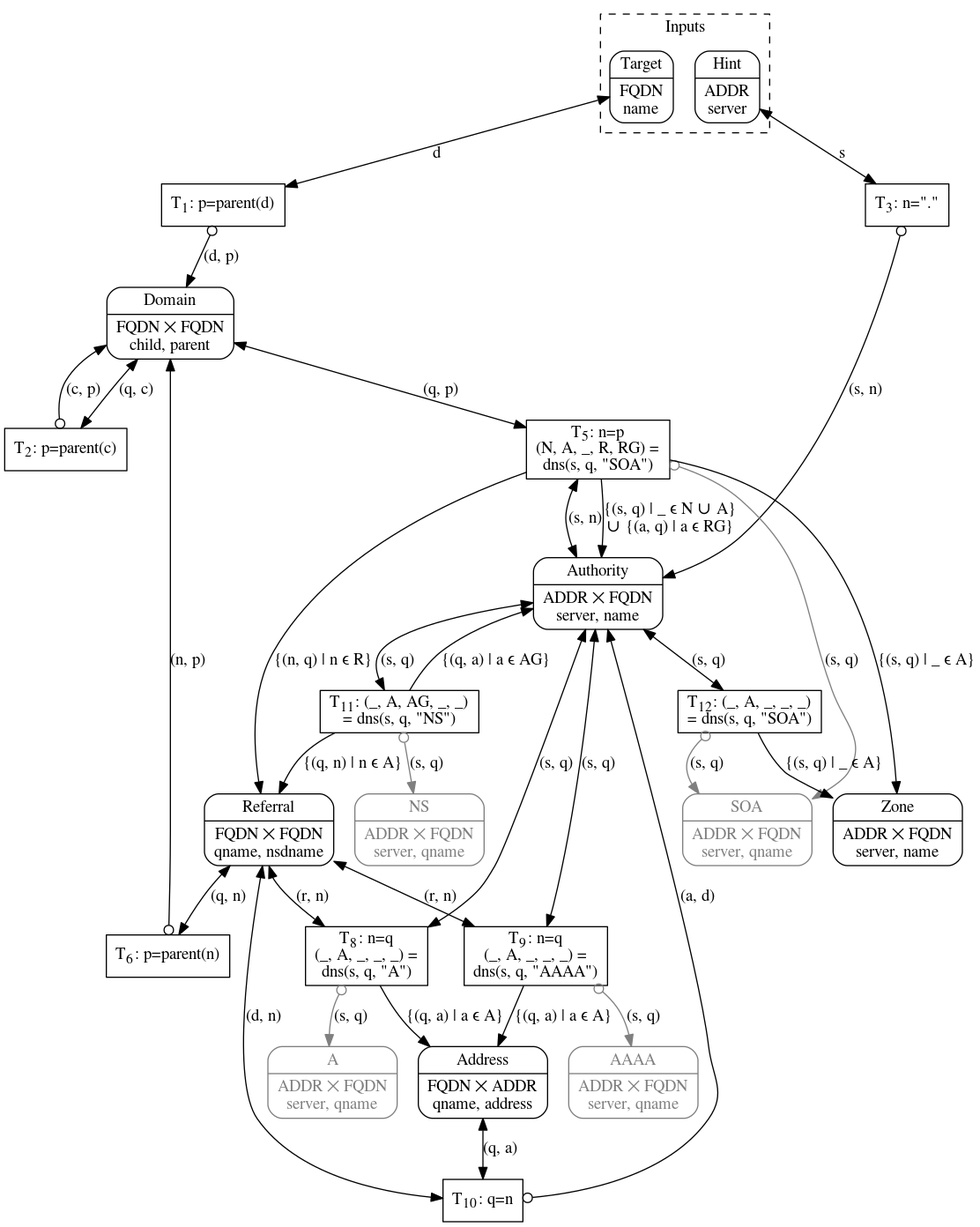
Before: topo.png, a diagram exported from Graphviz (mattias-p/topo). Its source is kept beside it as topo.dot.
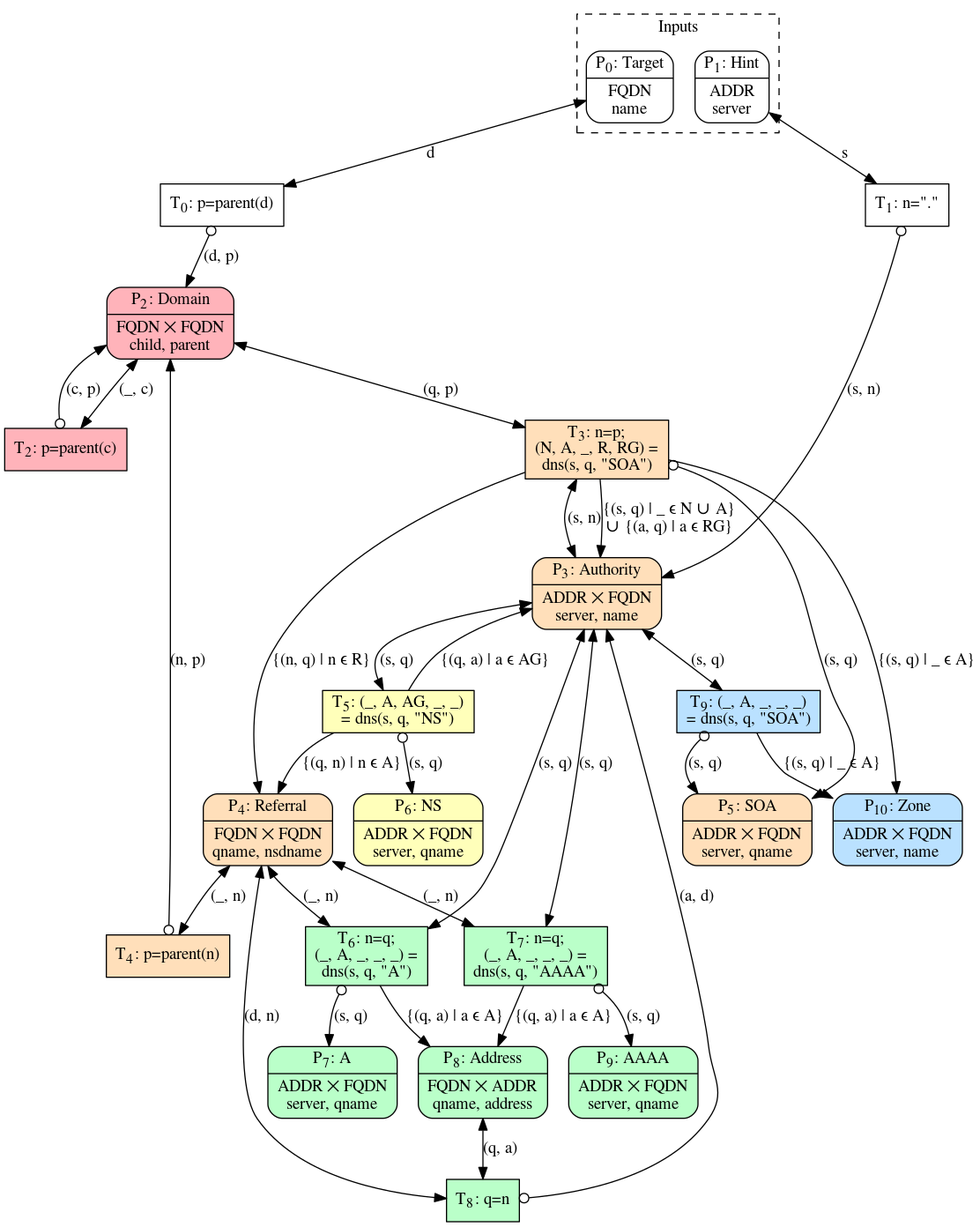
After the commit.

Commit message:
Add colors and place numbering

The edit, as a diff of the source:
```diff
@@ -6,76 +6,71 @@
         label="Inputs"
         style="dashed"
 
-        Target [label="{Target|FQDN\nname}"]
-        Hint   [label="{Hint|ADDR\nserver}"]
+        Target [label=< {P<SUB>0</SUB>: Target|FQDN<BR/>name} >]
+        Hint   [label=< {P<SUB>1</SUB>: Hint|ADDR<BR/>server} >]
     }
 
-    node [color=gray50, fontcolor=gray50]
-
-    SOA       [label="{SOA|ADDR ⨉ FQDN\nserver, qname}"]
-    A         [label="{A|ADDR ⨉ FQDN\nserver, qname}"]
-    AAAA      [label="{AAAA|ADDR ⨉ FQDN\nserver, qname}"]
-    NS        [label="{NS|ADDR ⨉ FQDN\nserver, qname}"]
-
-    node [color=black, fontcolor=black]
-
-    Domain    [label="{Domain|FQDN ⨉ FQDN\nchild, parent}"]
-    Authority [label="{Authority|ADDR ⨉ FQDN\nserver, name}"]
-    Referral  [label="{Referral|FQDN ⨉ FQDN\nqname, nsdname}"]
-    Address   [label="{Address|FQDN ⨉ ADDR\nqname, address}"]
-    Zone      [label="{Zone|ADDR ⨉ FQDN\nserver, name}"]
+    Domain    [label=< {P<SUB>2</SUB>: Domain|FQDN ⨉ FQDN<BR/>child, parent} >, fillcolor="#ffb3ba"]
+    Authority [label=< {P<SUB>3</SUB>: Authority|ADDR ⨉ FQDN<BR/>server, name} >, fillcolor="#ffdfba"]
+    Referral  [label=< {P<SUB>4</SUB>: Referral|FQDN ⨉ FQDN<BR/>qname, nsdname} >, fillcolor="#ffdfba"]
+    SOA       [label=< {P<SUB>5</SUB>: SOA|ADDR ⨉ FQDN<BR/>server, qname} >, fillcolor="#ffdfba"]
+    NS        [label=< {P<SUB>6</SUB>: NS|ADDR ⨉ FQDN<BR/>server, qname} >, fillcolor="#ffffba"]
+    A         [label=< {P<SUB>7</SUB>: A|ADDR ⨉ FQDN<BR/>server, qname} >, fillcolor="#baffc9"]
+    Address   [label=< {P<SUB>8</SUB>: Address|FQDN ⨉ ADDR<BR/>qname, address} >, fillcolor="#baffc9"]
+    AAAA      [label=< {P<SUB>9</SUB>: AAAA|ADDR ⨉ FQDN<BR/>server, qname} >, fillcolor="#baffc9"]
+    Zone      [label=< {P<SUB>10</SUB>: Zone|ADDR ⨉ FQDN<BR/>server, name} >, fillcolor="#bae1ff"]
 
     node [shape=record]
 
-    Target -> T1 [label="d"]
-    T1 [label=< T<SUB>1</SUB>: p=parent(d) >]
-    T1 -> Domain [label="(d, p)", arrowtail=odot]
+    Target -> T0 [label="d"]
+    T0 [label=< T<SUB>0</SUB>: p=parent(d) >]
+    T0 -> Domain [label="(d, p)", arrowtail=odot]
 
-    Domain -> T2 [label="(q, c)"]
-    T2 [label=< T<SUB>2</SUB>: p=parent(c) >]
+    Hint -> T1 [label="s"]
+    T1 [label=< T<SUB>1</SUB>: n="." >]
+    T1 -> Authority [label="(s, n)", arrowtail=odot]
+
+    Domain -> T2 [label="(_, c)"]
+    T2 [label=< T<SUB>2</SUB>: p=parent(c) >, fillcolor="#ffb3ba"]
     T2 -> Domain [label="(c, p)", arrowtail=odot]
 
-    Hint -> T3 [label="s"]
-    T3 [label=< T<SUB>3</SUB>: n="." >]
-    T3 -> Authority [label="(s, n)", arrowtail=odot]
+    Domain -> T3 [label="(q, p)"]
+    Authority -> T3 [label="(s, n)"]
+    T3 [label=< T<SUB>3</SUB>: n=p;<BR/>(N, A, _, R, RG) =<BR/>dns(s, q, "SOA") >, fillcolor="#ffdfba"]
+    T3 -> SOA [label="(s, q)", arrowtail=odot]
+    T3 -> Authority [label="{(s, q) | _ ∊ N ∪ A}\n∪ {(a, q) | a ∊ RG}", dir=forward]
+    T3 -> Referral [label="{(n, q) | n ∊ R}", dir=forward]
+    T3 -> Zone [label="{(s, q) | _ ∊ A}", dir=forward]
 
-    Domain -> T5 [label="(q, p)"]
-    Authority -> T5 [label="(s, n)"]
-    T5 [label=< T<SUB>5</SUB>: n=p<BR/>(N, A, _, R, RG) =<BR/>dns(s, q, "SOA") >]
-    T5 -> SOA [label="(s, q)", arrowtail=odot, color=gray50]
-    T5 -> Authority [label="{(s, q) | _ ∊ N ∪ A}\n∪ {(a, q) | a ∊ RG}", dir=forward]
-    T5 -> Referral [label="{(n, q) | n ∊ R}", dir=forward]
-    T5 -> Zone [label="{(s, q) | _ ∊ A}", dir=forward]
+    Referral -> T4 [label="(_, n)"]
+    T4 [label=< T<SUB>4</SUB>: p=parent(n) >, fillcolor="#ffdfba"]
+    T4 -> Domain [label="(n, p)", arrowtail=odot]
 
-    Referral -> T6 [label="(q, n)"]
-    T6 [label=< T<SUB>6</SUB>: p=parent(n) >]
-    T6 -> Domain [label="(n, p)", arrowtail=odot]
+    Authority -> T5 [label="(s, q)"]
+    T5 [label=< T<SUB>5</SUB>: (_, A, AG, _, _)<BR/>= dns(s, q, "NS") >, fillcolor="#ffffba"]
+    T5 -> NS [label="(s, q)", arrowtail=odot]
+    T5 -> Referral [label="{(q, n) | n ∊ A}", dir=forward]
+    T5 -> Authority [label="{(q, a) | a ∊ AG}", dir=forward]
 
-    Referral -> T9 [label="(r, n)"]
+    Referral -> T7 [label="(_, n)"]
+    Authority -> T7 [label="(s, q)"]
+    T7 [label=< T<SUB>7</SUB>: n=q;<BR/>(_, A, _, _, _) =<BR/>dns(s, q, "AAAA") >, fillcolor="#baffc9"]
+    T7 -> AAAA [label="(s, q)", arrowtail=odot]
+    T7 -> Address [label="{(q, a) | a ∊ A}", dir=forward]
+
+    Referral:s -> T6 [label="(_, n)"]
+    Authority -> T6 [label="(s, q)"]
+    T6 [label=< T<SUB>6</SUB>: n=q;<BR/>(_, A, _, _, _) =<BR/>dns(s, q, "A") >, fillcolor="#baffc9"]
+    T6 -> A [label="(s, q)", arrowtail=odot]
+    T6 -> Address [label="{(q, a) | a ∊ A}", dir=forward]
+
+    Address -> T8 [label="(q, a)"]
+    Referral -> T8 [label="(d, n)"]
+    T8 [label=< T<SUB>8</SUB>: q=n >, fillcolor="#baffc9"]
+    T8 -> Authority [label="(a, d)", arrowtail=odot]
+
     Authority -> T9 [label="(s, q)"]
-    T9 [label=< T<SUB>9</SUB>: n=q<BR/>(_, A, _, _, _) =<BR/>dns(s, q, "AAAA") >]
-    T9 -> AAAA [label="(s, q)", arrowtail=odot, color=gray50]
-    T9 -> Address [label="{(q, a) | a ∊ A}", dir=forward]
-
-    Referral:s -> T8 [label="(r, n)"]
-    Authority -> T8 [label="(s, q)"]
-    T8 [label=< T<SUB>8</SUB>: n=q<BR/>(_, A, _, _, _) =<BR/>dns(s, q, "A") >]
-    T8 -> A [label="(s, q)", arrowtail=odot, color=gray50]
-    T8 -> Address [label="{(q, a) | a ∊ A}", dir=forward]
-
-    Address -> T10 [label="(q, a)"]
-    Referral -> T10 [label="(d, n)"]
-    T10 [label=< T<SUB>10</SUB>: q=n >]
-    T10 -> Authority [label="(a, d)", arrowtail=odot]
-
-    Authority -> T11 [label="(s, q)"]
-    T11 [label=< T<SUB>11</SUB>: (_, A, AG, _, _)<BR/>= dns(s, q, "NS") >]
-    T11 -> NS [label="(s, q)", arrowtail=odot, color=gray50]
-    T11 -> Referral [label="{(q, n) | n ∊ A}", dir=forward]
-    T11 -> Authority [label="{(q, a) | a ∊ AG}", dir=forward]
-
-    Authority -> T12 [label="(s, q)"]
-    T12 [label=< T<SUB>12</SUB>: (_, A, _, _, _)<BR/>= dns(s, q, "SOA") >]
-    T12 -> SOA [label="(s, q)", arrowtail=odot, color=gray50]
-    T12 -> Zone [label="{(s, q) | _ ∊ A}", dir=forward]
+    T9 [label=< T<SUB>9</SUB>: (_, A, _, _, _)<BR/>= dns(s, q, "SOA") >, fillcolor="#bae1ff"]
+    T9 -> SOA [label="(s, q)", arrowtail=odot]
+    T9 -> Zone [label="{(s, q) | _ ∊ A}", dir=forward]
 }
```
